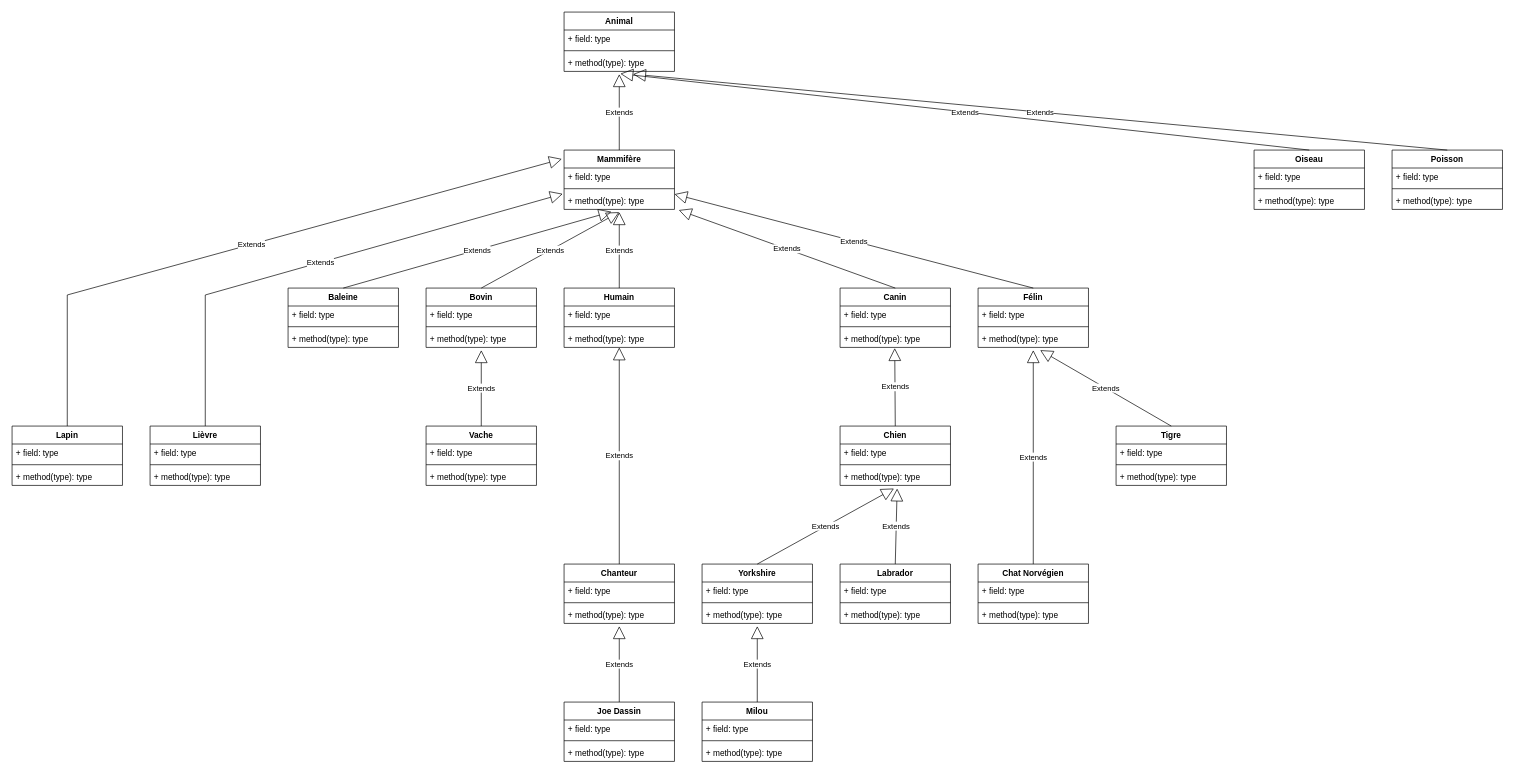
This is DOSSIER_04_OBJET/1_le-monde-animal.drawio from D-CRAVO/FORMATION-DWWM-2022, a draw.io file, before an edit. Source tidied: cells renumbered, new cells numbered last; positions are measured from the earlier drawing's top-left corner, leaving out a move shared by most shapes. Both pictures are drawn from the tidied source at 69%, with x=0, y=0 at pixel (12, 12).
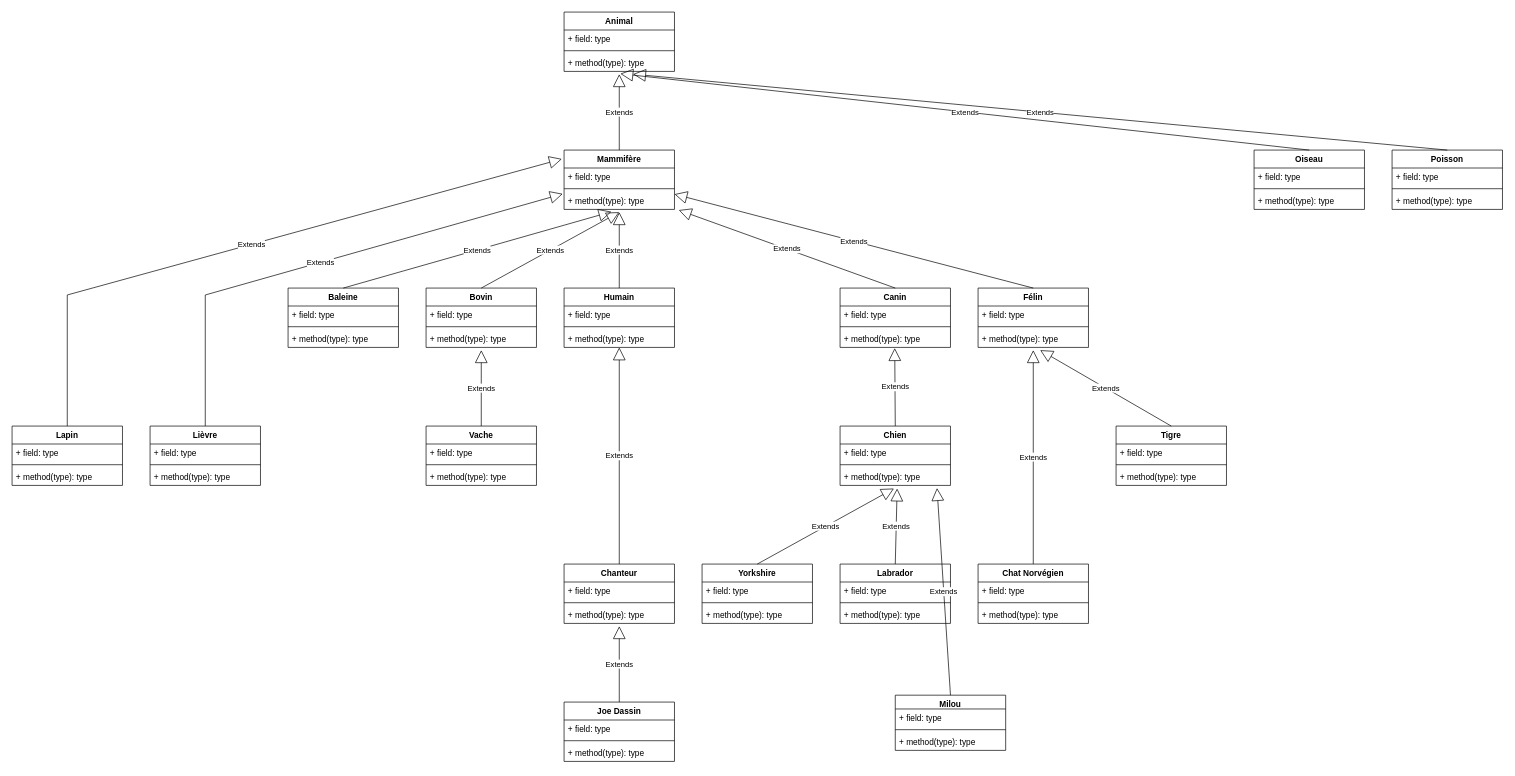
The same diagram, later.

The change refers to these unchanged cells:
```xml
<mxCell id="9" value="+ method(type): type" style="text;strokeColor=none;fillColor=none;align=left;verticalAlign=top;spacingLeft=4;spacingRight=4;overflow=hidden;points=[[0,0.5],[1,0.5]];portConstraint=eastwest;" parent="6" vertex="1">
  <mxGeometry y="60" width="160" height="26" as="geometry" />
</mxCell>
```

What changed in the source:
```diff
@@
-    <mxCell id="78" value="Milou" style="swimlane;fontStyle=1;align=center;verticalAlign=top;horizontal=1;startSize=26;" parent="1" vertex="1">
-      <mxGeometry x="1000" y="1000" width="160" height="86" as="geometry" />
+    <mxCell id="78" value="Milou" style="swimlane;fontStyle=1;align=center;verticalAlign=top;horizontal=1;startSize=20;" parent="1" vertex="1">
+      <mxGeometry x="1280" y="990" width="160" height="80" as="geometry" />
     </mxCell>
     <mxCell id="79" value="+ field: type" style="text;strokeColor=none;fillColor=none;align=left;verticalAlign=top;spacingLeft=4;spacingRight=4;overflow=hidden;" parent="78" vertex="1">
-      <mxGeometry y="26" width="160" height="26" as="geometry" />
+      <mxGeometry y="20" width="160" height="26" as="geometry" />
     </mxCell>
     <mxCell id="80" style="line;strokeWidth=1;fillColor=none;align=left;verticalAlign=middle;spacingTop=-1;spacingLeft=3;spacingRight=3;labelPosition=right;" parent="78" vertex="1">
-      <mxGeometry y="52" width="160" height="8" as="geometry" />
+      <mxGeometry y="46" width="160" height="8" as="geometry" />
     </mxCell>
     <mxCell id="81" value="+ method(type): type" style="text;strokeColor=none;fillColor=none;align=left;verticalAlign=top;spacingLeft=4;spacingRight=4;overflow=hidden;" parent="78" vertex="1">
-      <mxGeometry y="60" width="160" height="26" as="geometry" />
+      <mxGeometry y="54" width="160" height="26" as="geometry" />
     </mxCell>
@@
-    <mxCell id="85" value="Extends" style="endArrow=block;endSize=16;endFill=0;html=1;rounded=0;exitX=0.5;exitY=0;exitDx=0;exitDy=0;" parent="1" edge="1" source="78">
-      <mxGeometry relative="1" as="geometry">
-        <mxPoint x="1080" y="890" as="targetPoint" />
-      </mxGeometry>
+    <mxCell id="85" value="Extends" style="endArrow=block;endSize=16;endFill=0;html=1;rounded=0;exitX=0.5;exitY=0;exitDx=0;exitDy=0;entryX=0.878;entryY=1.148;entryDx=0;entryDy=0;entryPerimeter=0;" parent="1" edge="1" source="78" target="9">
+      <mxGeometry relative="1" as="geometry" />
     </mxCell>
```
